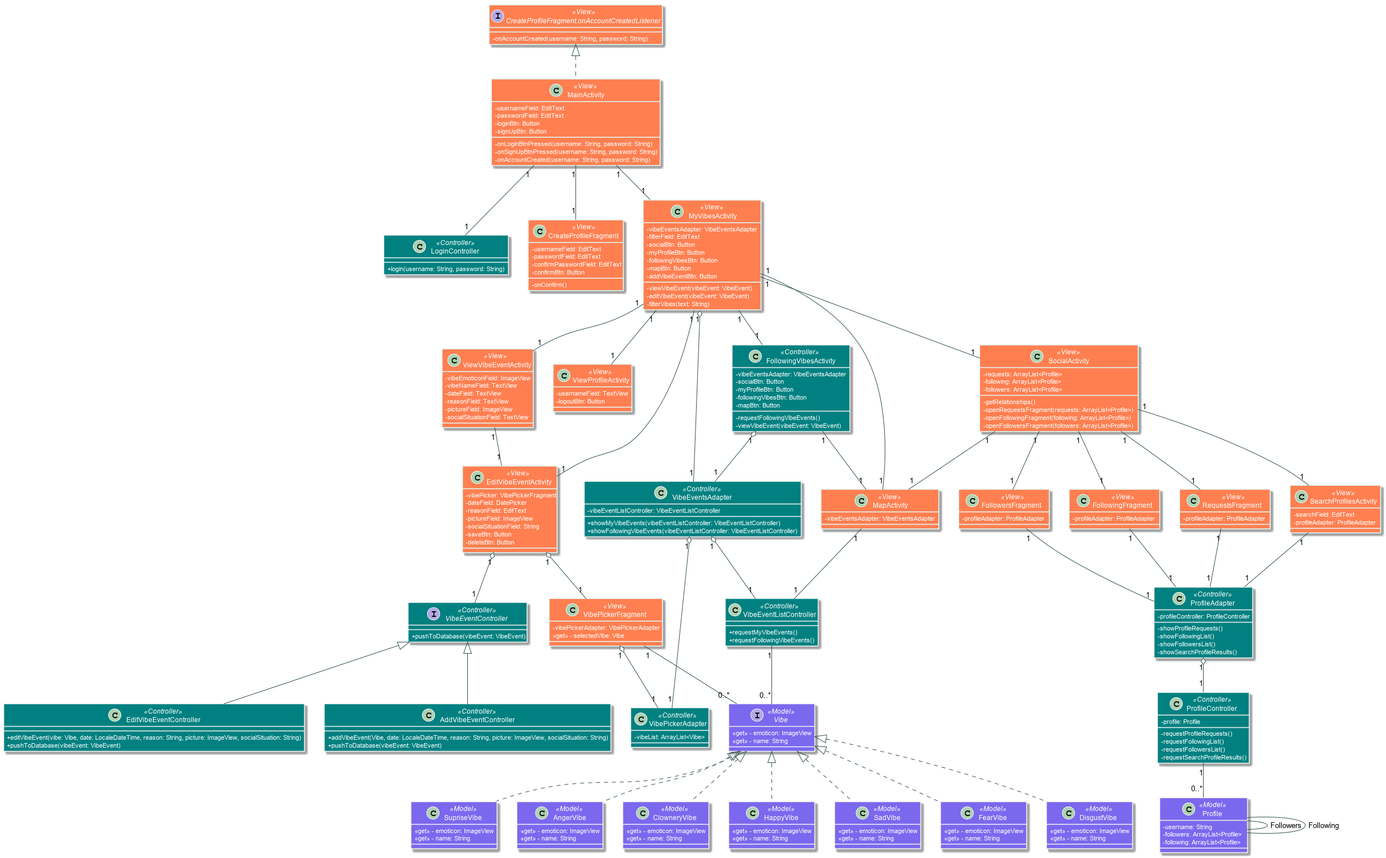
gatilogo/Vybe keeps this PlantUML diagram as docs/UML/UML.png. Above is the earlier version. Its diagram source:
```plantuml
@startuml UML


skinparam class {
    ArrowColor DarkSlateGray

    StereotypeFontColor White
    AttributeIconSize 0
    AttributeFontColor white

	BackgroundColor<<View>> Coral
	BorderColor<<View>> LightCyan
    FontColor<<View>> White

	BackgroundColor<<Controller>> Teal
	BorderColor<<Controller>> Whitesmoke
    FontColor<<Controller>> White

	BackgroundColor<<Model>> MediumSlateBlue
	BorderColor<<Model>> Whitesmoke
    FontColor<<Model>> White
}

class MainActivity <<View>> {
    - usernameField: EditText
    - passwordField: EditText
    - loginBtn: Button
    - signUpBtn: Button

    - onLoginBtnPressed(username: String, password: String)
    - onSignUpBtnPressed(username: String, password: String)
    - onAccountCreated(username: String, password: String)
}

class LoginController <<Controller>> {
    + login(username: String, password: String)
}

class CreateProfileFragment <<View>> {
    - usernameField: EditText
    - passwordField: EditText
    - confirmPasswordField: EditText
    - confirmBtn: Button

    - onConfirm()
}

interface CreateProfileFragment.onAccountCreatedListener <<View>> {
    - onAccountCreated(username: String, password: String)
}

class MyVibesActivity <<View>> {
    - vibeEventsAdapter: VibeEventsAdapter
    - filterField: EditText
    - socialBtn: Button
    - myProfileBtn: Button
    - followingVibesBtn: Button
    - mapBtn: Button
    - addVibeEventBtn: Button

    - viewVibeEvent(vibeEvent: VibeEvent)
    - editVibeEvent(vibeEvent: VibeEvent)
    - filterVibes(text: String)
}

class ViewVibeEventActivity <<View>> {
    - vibeEmoticonField: ImageView
    - vibeNameField: TextView
    - dateField: TextView
    - reasonField: TextView
    - pictureField: ImageView
    - socialSituationField: TextView
}

class ViewProfileActivity <<View>> {
    - usernameField: TextView
    - logoutBtn: Button
}

class EditVibeEventActivity <<View>> {
    - vibePicker: VibePickerFragment
    - dateField: DatePicker
    - reasonField: EditText
    - pictureField: ImageView
    - socialSituationField: String
    - saveBtn: Button
    - deleteBtn: Button
}

class VibeEventsAdapter <<Controller>> {
    - vibeEventListController: VibeEventListController
    + showMyVibeEvents(vibeEventListController: VibeEventListController)
    + showFollowingVibeEvents(vibeEventListController: VibeEventListController)
}

class FollowingVibesActivity <<Controller>> {
    - vibeEventsAdapter: VibeEventsAdapter
    - socialBtn: Button
    - myProfileBtn: Button
    - followingVibesBtn: Button
    - mapBtn: Button

    - requestFollowingVibeEvents()
    - viewVibeEvent(vibeEvent: VibeEvent)
}

class MapActivity <<View>> {
    - vibeEventsAdapter: VibeEventsAdapter
}

class SocialActivity <<View>> {
    - requests: ArrayList<Profile>
    - following: ArrayList<Profile>
    - followers: ArrayList<Profile>

    - getRelationships()
    - openRequestsFragment(requests: ArrayList<Profile>)
    - openFollowingFragment(following: ArrayList<Profile>)
    - openFollowersFragment(followers: ArrayList<Profile>)
}

class VibePickerFragment <<View>> {
    - vibePickerAdapter: VibePickerAdapter
    <<get>> - selectedVibe: Vibe
}

interface VibeEventController <<Controller>> {
    + pushToDatabase(vibeEvent: VibeEvent)
}

class VibeEventListController <<Controller>> {
    + requestMyVibeEvents()
    + requestFollowingVibeEvents()
}


class VibePickerAdapter <<Controller>> {
    - vibeList: ArrayList<Vibe>
}


class FollowersFragment <<View>> {
    - profileAdapter: ProfileAdapter
}

class FollowingFragment <<View>> {
    - profileAdapter: ProfileAdapter
}

class RequestsFragment <<View>> {
    - profileAdapter: ProfileAdapter
}

class SearchProfilesActivity <<View>> {
    - searchField: EditText
    - profileAdapter: ProfileAdapter
}

interface Vibe <<Model>> {
    <<get>> - emoticon: ImageView
    <<get>> - name: String
}

class AddVibeEventController <<Controller>> {
    + addVibeEvent(Vibe, date: LocaleDateTime, reason: String, picture: ImageView, socialSituation: String)
    + pushToDatabase(vibeEvent: VibeEvent)
}

class EditVibeEventController <<Controller>> {
    + editVibeEvent(vibe: Vibe, date: LocaleDateTime, reason: String, picture: ImageView, socialSituation: String)
    + pushToDatabase(vibeEvent: VibeEvent)
}

class ProfileAdapter <<Controller>> {
    - profileController: ProfileController
    - showProfileRequests()
    - showFollowingList()
    - showFollowersList()
    - showSearchProfileResults()
}

class ClowneryVibe <<Model>> {
    <<get>> - emoticon: ImageView
    <<get>> - name: String
}

class HappyVibe <<Model>> {
    <<get>> - emoticon: ImageView
    <<get>> - name: String
}

class SadVibe <<Model>> {
    <<get>> - emoticon: ImageView
    <<get>> - name: String
}

class FearVibe <<Model>> {
    <<get>> - emoticon: ImageView
    <<get>> - name: String
}

class DisgustVibe <<Model>> {
    <<get>> - emoticon: ImageView
    <<get>> - name: String
}

class SupriseVibe <<Model>> {
    <<get>> - emoticon: ImageView
    <<get>> - name: String
}

class AngerVibe <<Model>> {
    <<get>> - emoticon: ImageView
    <<get>> - name: String
}

class ProfileController <<Controller>> {
    - profile: Profile
    - requestProfileRequests()
    - requestFollowingList()
    - requestFollowersList()
    - requestSearchProfileResults()
}

class Profile <<Model>> {
    - username: String
    - followers: ArrayList<Profile>
    - following: ArrayList<Profile>
}

CreateProfileFragment.onAccountCreatedListener <|.. MainActivity
MainActivity "1" -- "1" LoginController
MainActivity "1" -- "1" CreateProfileFragment
MainActivity "1"-- "1" MyVibesActivity

MyVibesActivity "1" -- "1" ViewVibeEventActivity
MyVibesActivity "1" -- "1" ViewProfileActivity
MyVibesActivity "1" -- "1" EditVibeEventActivity
MyVibesActivity "1" o-- "1" VibeEventsAdapter
MyVibesActivity "1" -- "1" FollowingVibesActivity
MyVibesActivity "1" -- "1" MapActivity
MyVibesActivity "1" -- "1" SocialActivity

ViewVibeEventActivity "1" -- "1" EditVibeEventActivity

EditVibeEventActivity "1" o-- "1" VibePickerFragment
EditVibeEventActivity "1" o-- "1" VibeEventController

VibeEventsAdapter "1" o-- "1" VibeEventListController
VibeEventsAdapter "1" o-- "1" VibePickerAdapter

FollowingVibesActivity "1" o-- "1" VibeEventsAdapter
FollowingVibesActivity "1" -- "1" MapActivity

SocialActivity "1" -- "1" FollowersFragment
SocialActivity "1" -- "1" FollowingFragment
SocialActivity "1" -- "1" RequestsFragment
SocialActivity "1" -- "1" SearchProfilesActivity
SocialActivity "1" -- "1" MapActivity

VibePickerFragment "1" -- "0..*" Vibe
VibePickerFragment "1" o-- "1" VibePickerAdapter

VibeEventController <|-- AddVibeEventController
VibeEventController <|-- EditVibeEventController

VibeEventListController "1" -- "0..*" Vibe

MapActivity "1" -- "1" VibeEventListController

FollowersFragment "1" -- "1" ProfileAdapter
FollowingFragment "1" -- "1" ProfileAdapter
RequestsFragment "1" -- "1" ProfileAdapter
SearchProfilesActivity "1" -- "1" ProfileAdapter

Vibe <|.. ClowneryVibe
Vibe <|.. HappyVibe
Vibe <|.. SadVibe
Vibe <|.. FearVibe
Vibe <|.. DisgustVibe
Vibe <|.. SupriseVibe
Vibe <|.. AngerVibe

ProfileAdapter "1" o-- "1" ProfileController

ProfileController "1" -- "0..*" Profile

Profile -- Profile: Followers
Profile -- Profile: Following

@enduml
```
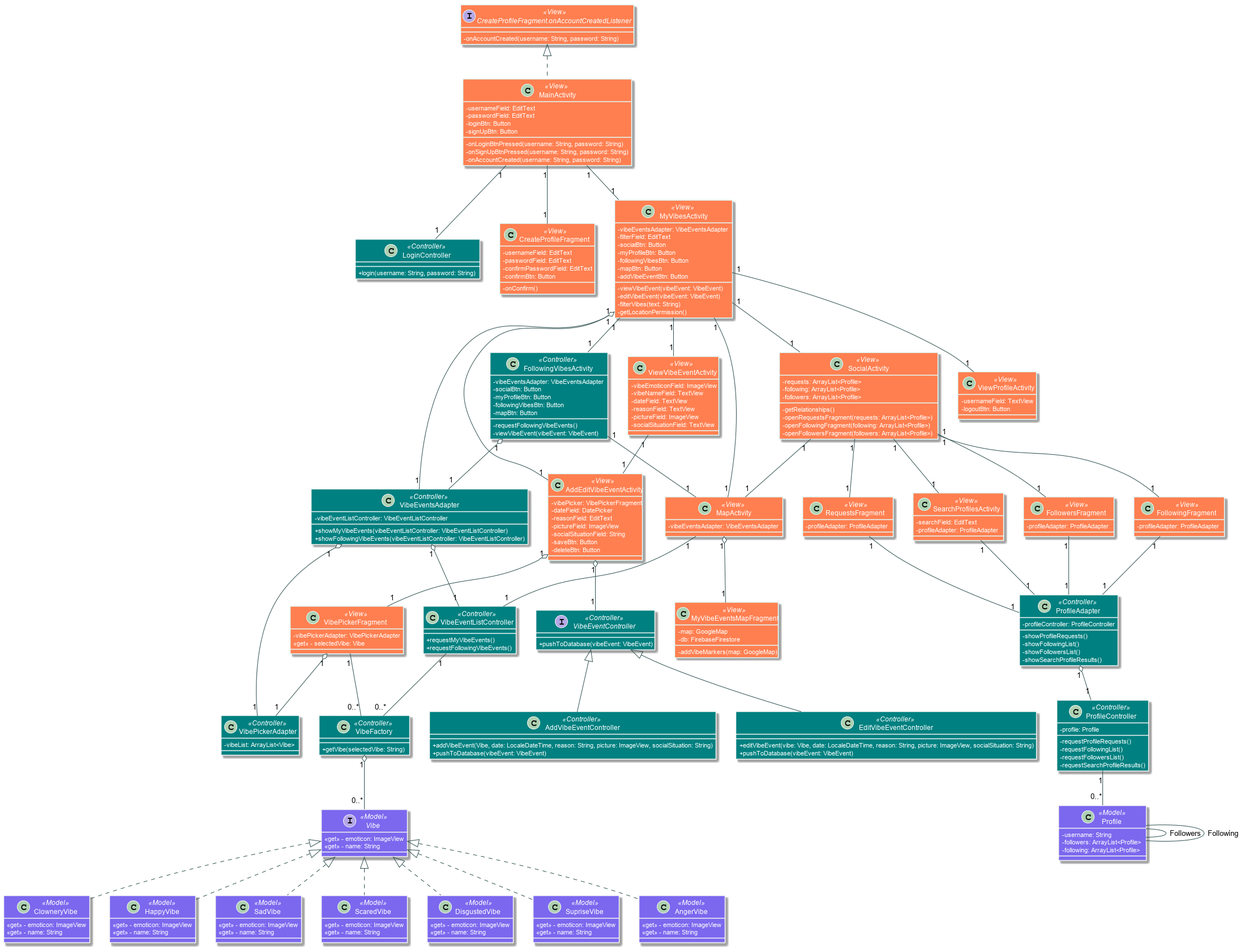
The same file after the commit.

Diff of the diagram source:
```diff
@@ -61,6 +61,7 @@
     - viewVibeEvent(vibeEvent: VibeEvent)
     - editVibeEvent(vibeEvent: VibeEvent)
     - filterVibes(text: String)
+    - getLocationPermission()
 }
 
 class ViewVibeEventActivity <<View>> {
@@ -77,7 +78,7 @@
     - logoutBtn: Button
 }
 
-class EditVibeEventActivity <<View>> {
+class AddEditVibeEventActivity <<View>> {
     - vibePicker: VibePickerFragment
     - dateField: DatePicker
     - reasonField: EditText
@@ -106,6 +107,13 @@
 
 class MapActivity <<View>> {
     - vibeEventsAdapter: VibeEventsAdapter
+}
+
+class MyVibeEventsMapFragment <<View>> {
+    - map: GoogleMap
+    - db: FirebaseFirestore
+
+    - addVibeMarkers(map: GoogleMap)
 }
 
 class SocialActivity <<View>> {
@@ -161,6 +169,10 @@
     <<get>> - name: String
 }
 
+class VibeFactory <<Controller>> {
+    + getVibe(selectedVibe: String)
+}
+
 class AddVibeEventController <<Controller>> {
     + addVibeEvent(Vibe, date: LocaleDateTime, reason: String, picture: ImageView, socialSituation: String)
     + pushToDatabase(vibeEvent: VibeEvent)
@@ -194,12 +206,12 @@
     <<get>> - name: String
 }
 
-class FearVibe <<Model>> {
+class ScaredVibe <<Model>> {
     <<get>> - emoticon: ImageView
     <<get>> - name: String
 }
 
-class DisgustVibe <<Model>> {
+class DisgustedVibe <<Model>> {
     <<get>> - emoticon: ImageView
     <<get>> - name: String
 }
@@ -235,16 +247,16 @@
 
 MyVibesActivity "1" -- "1" ViewVibeEventActivity
 MyVibesActivity "1" -- "1" ViewProfileActivity
-MyVibesActivity "1" -- "1" EditVibeEventActivity
+MyVibesActivity "1" -- "1" AddEditVibeEventActivity
 MyVibesActivity "1" o-- "1" VibeEventsAdapter
 MyVibesActivity "1" -- "1" FollowingVibesActivity
 MyVibesActivity "1" -- "1" MapActivity
 MyVibesActivity "1" -- "1" SocialActivity
 
-ViewVibeEventActivity "1" -- "1" EditVibeEventActivity
+ViewVibeEventActivity "1" -- "1" AddEditVibeEventActivity
 
-EditVibeEventActivity "1" o-- "1" VibePickerFragment
-EditVibeEventActivity "1" o-- "1" VibeEventController
+AddEditVibeEventActivity "1" o-- "1" VibePickerFragment
+AddEditVibeEventActivity "1" o-- "1" VibeEventController
 
 VibeEventsAdapter "1" o-- "1" VibeEventListController
 VibeEventsAdapter "1" o-- "1" VibePickerAdapter
@@ -258,26 +270,29 @@
 SocialActivity "1" -- "1" SearchProfilesActivity
 SocialActivity "1" -- "1" MapActivity
 
-VibePickerFragment "1" -- "0..*" Vibe
+VibePickerFragment "1" -- "0..*" VibeFactory
 VibePickerFragment "1" o-- "1" VibePickerAdapter
 
 VibeEventController <|-- AddVibeEventController
 VibeEventController <|-- EditVibeEventController
 
-VibeEventListController "1" -- "0..*" Vibe
+VibeEventListController "1" -- "0..*" VibeFactory
 
 MapActivity "1" -- "1" VibeEventListController
+MapActivity "1" o-- "1" MyVibeEventsMapFragment
 
 FollowersFragment "1" -- "1" ProfileAdapter
 FollowingFragment "1" -- "1" ProfileAdapter
 RequestsFragment "1" -- "1" ProfileAdapter
 SearchProfilesActivity "1" -- "1" ProfileAdapter
 
+VibeFactory "1" o-- "0..*" Vibe
+
 Vibe <|.. ClowneryVibe
 Vibe <|.. HappyVibe
 Vibe <|.. SadVibe
-Vibe <|.. FearVibe
-Vibe <|.. DisgustVibe
+Vibe <|.. ScaredVibe
+Vibe <|.. DisgustedVibe
 Vibe <|.. SupriseVibe
 Vibe <|.. AngerVibe
 
```
